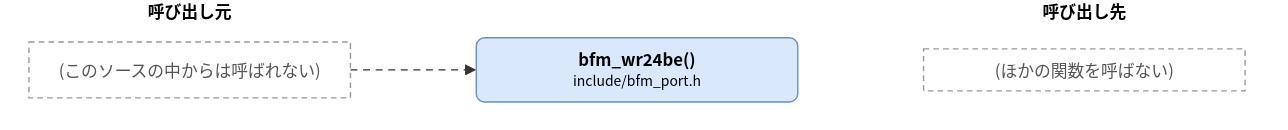
Above: doc/spec/images/call_include_bfm_port-bfm_wr24be.drawio.svg in hf355051012-ai/bfmem (draw.io), before the change. Source tidied: cells renumbered, new cells last; positions are measured from the earlier drawing's top-left corner, leaving out a move shared by most shapes. Its diagram source:
```xml
<mxGraphModel>
  <root>
    <mxCell id="0" />
    <mxCell id="1" parent="0" />
    <mxCell id="2" value="bfm_wr24be()&lt;br&gt;&lt;font style=&quot;font-size:10px&quot;&gt;include/bfm_port.h&lt;/font&gt;" style="rounded=1;whiteSpace=wrap;html=1;fillColor=#dae8fc;strokeColor=#6c8ebf;fontStyle=1;" parent="1" vertex="1">
      <mxGeometry x="320" y="27" width="230" height="46" as="geometry" />
    </mxCell>
    <mxCell id="3" value="(このソースの中からは呼ばれない)" style="rounded=0;whiteSpace=wrap;html=1;dashed=1;strokeColor=#999999;fontColor=#555555;dashed=1;" parent="1" vertex="1">
      <mxGeometry y="30" width="230" height="40" as="geometry" />
    </mxCell>
    <mxCell id="4" value="(ほかの関数を呼ばない)" style="rounded=0;whiteSpace=wrap;html=1;dashed=1;strokeColor=#999999;fontColor=#555555;dashed=1;" parent="1" vertex="1">
      <mxGeometry x="640" y="35" width="230" height="30" as="geometry" />
    </mxCell>
    <mxCell id="5" style="edgeStyle=none;html=1;rounded=0;endArrow=block;endFill=1;exitX=1.0000;exitY=0.5000;exitDx=0;exitDy=0;exitPerimeter=0;entryX=0.0000;entryY=0.5000;entryDx=0;entryDy=0;entryPerimeter=0;dashed=1;" parent="1" edge="1" source="3" target="2">
      <mxGeometry relative="1" as="geometry" />
    </mxCell>
    <mxCell id="6" value="呼び出し元" style="text;html=1;align=center;fontStyle=1;" parent="1" vertex="1">
      <mxGeometry x="35" width="160" height="18" as="geometry" />
    </mxCell>
    <mxCell id="7" value="呼び出し先" style="text;html=1;align=center;fontStyle=1;" parent="1" vertex="1">
      <mxGeometry x="675" width="160" height="18" as="geometry" />
    </mxCell>
  </root>
</mxGraphModel>
```
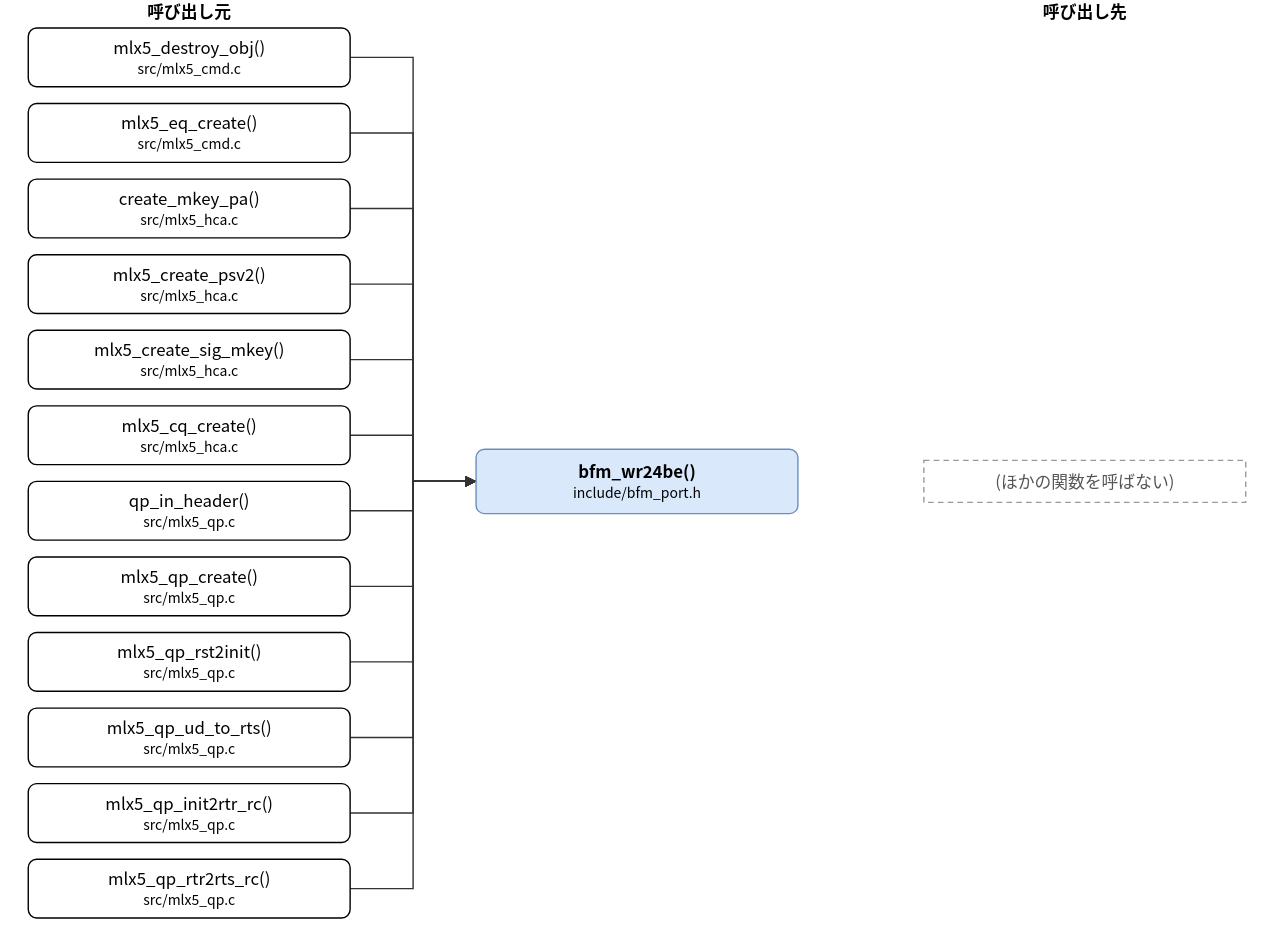
After the commit.

Change to the diagram source:
```diff
@@ -3,17 +3,143 @@
     <mxCell id="0" />
     <mxCell id="1" parent="0" />
     <mxCell id="2" value="bfm_wr24be()&lt;br&gt;&lt;font style=&quot;font-size:10px&quot;&gt;include/bfm_port.h&lt;/font&gt;" style="rounded=1;whiteSpace=wrap;html=1;fillColor=#dae8fc;strokeColor=#6c8ebf;fontStyle=1;" parent="1" vertex="1">
-      <mxGeometry x="320" y="27" width="230" height="46" as="geometry" />
+      <mxGeometry x="320" y="321" width="230" height="46" as="geometry" />
     </mxCell>
-    <mxCell id="3" value="(このソースの中からは呼ばれない)" style="rounded=0;whiteSpace=wrap;html=1;dashed=1;strokeColor=#999999;fontColor=#555555;dashed=1;" parent="1" vertex="1">
-      <mxGeometry y="30" width="230" height="40" as="geometry" />
+    <mxCell id="3" value="mlx5_destroy_obj()&lt;br&gt;&lt;font style=&quot;font-size:10px&quot;&gt;src/mlx5_cmd.c&lt;/font&gt;" style="rounded=1;whiteSpace=wrap;html=1;" parent="1" vertex="1">
+      <mxGeometry y="20" width="230" height="42" as="geometry" />
     </mxCell>
+    <mxCell id="8" value="mlx5_eq_create()&lt;br&gt;&lt;font style=&quot;font-size:10px&quot;&gt;src/mlx5_cmd.c&lt;/font&gt;" style="rounded=1;whiteSpace=wrap;html=1;" parent="1" vertex="1">
+      <mxGeometry y="74" width="230" height="42" as="geometry" />
+    </mxCell>
+    <mxCell id="9" value="create_mkey_pa()&lt;br&gt;&lt;font style=&quot;font-size:10px&quot;&gt;src/mlx5_hca.c&lt;/font&gt;" style="rounded=1;whiteSpace=wrap;html=1;" parent="1" vertex="1">
+      <mxGeometry y="128" width="230" height="42" as="geometry" />
+    </mxCell>
+    <mxCell id="10" value="mlx5_create_psv2()&lt;br&gt;&lt;font style=&quot;font-size:10px&quot;&gt;src/mlx5_hca.c&lt;/font&gt;" style="rounded=1;whiteSpace=wrap;html=1;" parent="1" vertex="1">
+      <mxGeometry y="182" width="230" height="42" as="geometry" />
+    </mxCell>
+    <mxCell id="11" value="mlx5_create_sig_mkey()&lt;br&gt;&lt;font style=&quot;font-size:10px&quot;&gt;src/mlx5_hca.c&lt;/font&gt;" style="rounded=1;whiteSpace=wrap;html=1;" parent="1" vertex="1">
+      <mxGeometry y="236" width="230" height="42" as="geometry" />
+    </mxCell>
+    <mxCell id="12" value="mlx5_cq_create()&lt;br&gt;&lt;font style=&quot;font-size:10px&quot;&gt;src/mlx5_hca.c&lt;/font&gt;" style="rounded=1;whiteSpace=wrap;html=1;" parent="1" vertex="1">
+      <mxGeometry y="290" width="230" height="42" as="geometry" />
+    </mxCell>
+    <mxCell id="13" value="qp_in_header()&lt;br&gt;&lt;font style=&quot;font-size:10px&quot;&gt;src/mlx5_qp.c&lt;/font&gt;" style="rounded=1;whiteSpace=wrap;html=1;" parent="1" vertex="1">
+      <mxGeometry y="344" width="230" height="42" as="geometry" />
+    </mxCell>
+    <mxCell id="14" value="mlx5_qp_create()&lt;br&gt;&lt;font style=&quot;font-size:10px&quot;&gt;src/mlx5_qp.c&lt;/font&gt;" style="rounded=1;whiteSpace=wrap;html=1;" parent="1" vertex="1">
+      <mxGeometry y="398" width="230" height="42" as="geometry" />
+    </mxCell>
+    <mxCell id="15" value="mlx5_qp_rst2init()&lt;br&gt;&lt;font style=&quot;font-size:10px&quot;&gt;src/mlx5_qp.c&lt;/font&gt;" style="rounded=1;whiteSpace=wrap;html=1;" parent="1" vertex="1">
+      <mxGeometry y="452" width="230" height="42" as="geometry" />
+    </mxCell>
+    <mxCell id="16" value="mlx5_qp_ud_to_rts()&lt;br&gt;&lt;font style=&quot;font-size:10px&quot;&gt;src/mlx5_qp.c&lt;/font&gt;" style="rounded=1;whiteSpace=wrap;html=1;" parent="1" vertex="1">
+      <mxGeometry y="506" width="230" height="42" as="geometry" />
+    </mxCell>
+    <mxCell id="17" value="mlx5_qp_init2rtr_rc()&lt;br&gt;&lt;font style=&quot;font-size:10px&quot;&gt;src/mlx5_qp.c&lt;/font&gt;" style="rounded=1;whiteSpace=wrap;html=1;" parent="1" vertex="1">
+      <mxGeometry y="560" width="230" height="42" as="geometry" />
+    </mxCell>
+    <mxCell id="18" value="mlx5_qp_rtr2rts_rc()&lt;br&gt;&lt;font style=&quot;font-size:10px&quot;&gt;src/mlx5_qp.c&lt;/font&gt;" style="rounded=1;whiteSpace=wrap;html=1;" parent="1" vertex="1">
+      <mxGeometry y="614" width="230" height="42" as="geometry" />
+    </mxCell>
     <mxCell id="4" value="(ほかの関数を呼ばない)" style="rounded=0;whiteSpace=wrap;html=1;dashed=1;strokeColor=#999999;fontColor=#555555;dashed=1;" parent="1" vertex="1">
-      <mxGeometry x="640" y="35" width="230" height="30" as="geometry" />
+      <mxGeometry x="640" y="329" width="230" height="30" as="geometry" />
     </mxCell>
-    <mxCell id="5" style="edgeStyle=none;html=1;rounded=0;endArrow=block;endFill=1;exitX=1.0000;exitY=0.5000;exitDx=0;exitDy=0;exitPerimeter=0;entryX=0.0000;entryY=0.5000;entryDx=0;entryDy=0;entryPerimeter=0;dashed=1;" parent="1" edge="1" source="3" target="2">
-      <mxGeometry relative="1" as="geometry" />
+    <mxCell id="5" style="edgeStyle=none;html=1;rounded=0;endArrow=block;endFill=1;exitX=1.0000;exitY=0.5000;exitDx=0;exitDy=0;exitPerimeter=0;entryX=0.0000;entryY=0.5000;entryDx=0;entryDy=0;entryPerimeter=0;" parent="1" edge="1" source="3" target="2">
+      <mxGeometry relative="1" as="geometry">
+        <Array as="points">
+          <mxPoint x="275" y="41" />
+          <mxPoint x="275" y="344" />
+        </Array>
+      </mxGeometry>
     </mxCell>
+    <mxCell id="19" style="edgeStyle=none;html=1;rounded=0;endArrow=block;endFill=1;exitX=1.0000;exitY=0.5000;exitDx=0;exitDy=0;exitPerimeter=0;entryX=0.0000;entryY=0.5000;entryDx=0;entryDy=0;entryPerimeter=0;" parent="1" edge="1" source="8" target="2">
+      <mxGeometry relative="1" as="geometry">
+        <Array as="points">
+          <mxPoint x="275" y="95" />
+          <mxPoint x="275" y="344" />
+        </Array>
+      </mxGeometry>
+    </mxCell>
+    <mxCell id="20" style="edgeStyle=none;html=1;rounded=0;endArrow=block;endFill=1;exitX=1.0000;exitY=0.5000;exitDx=0;exitDy=0;exitPerimeter=0;entryX=0.0000;entryY=0.5000;entryDx=0;entryDy=0;entryPerimeter=0;" parent="1" edge="1" source="9" target="2">
+      <mxGeometry relative="1" as="geometry">
+        <Array as="points">
+          <mxPoint x="275" y="149" />
+          <mxPoint x="275" y="344" />
+        </Array>
+      </mxGeometry>
+    </mxCell>
+    <mxCell id="21" style="edgeStyle=none;html=1;rounded=0;endArrow=block;endFill=1;exitX=1.0000;exitY=0.5000;exitDx=0;exitDy=0;exitPerimeter=0;entryX=0.0000;entryY=0.5000;entryDx=0;entryDy=0;entryPerimeter=0;" parent="1" edge="1" source="10" target="2">
+      <mxGeometry relative="1" as="geometry">
+        <Array as="points">
+          <mxPoint x="275" y="203" />
+          <mxPoint x="275" y="344" />
+        </Array>
+      </mxGeometry>
+    </mxCell>
+    <mxCell id="22" style="edgeStyle=none;html=1;rounded=0;endArrow=block;endFill=1;exitX=1.0000;exitY=0.5000;exitDx=0;exitDy=0;exitPerimeter=0;entryX=0.0000;entryY=0.5000;entryDx=0;entryDy=0;entryPerimeter=0;" parent="1" edge="1" source="11" target="2">
+      <mxGeometry relative="1" as="geometry">
+        <Array as="points">
+          <mxPoint x="275" y="257" />
+          <mxPoint x="275" y="344" />
+        </Array>
+      </mxGeometry>
+    </mxCell>
+    <mxCell id="23" style="edgeStyle=none;html=1;rounded=0;endArrow=block;endFill=1;exitX=1.0000;exitY=0.5000;exitDx=0;exitDy=0;exitPerimeter=0;entryX=0.0000;entryY=0.5000;entryDx=0;entryDy=0;entryPerimeter=0;" parent="1" edge="1" source="12" target="2">
+      <mxGeometry relative="1" as="geometry">
+        <Array as="points">
+          <mxPoint x="275" y="311" />
+          <mxPoint x="275" y="344" />
+        </Array>
+      </mxGeometry>
+    </mxCell>
+    <mxCell id="24" style="edgeStyle=none;html=1;rounded=0;endArrow=block;endFill=1;exitX=1.0000;exitY=0.5000;exitDx=0;exitDy=0;exitPerimeter=0;entryX=0.0000;entryY=0.5000;entryDx=0;entryDy=0;entryPerimeter=0;" parent="1" edge="1" source="13" target="2">
+      <mxGeometry relative="1" as="geometry">
+        <Array as="points">
+          <mxPoint x="275" y="365" />
+          <mxPoint x="275" y="344" />
+        </Array>
+      </mxGeometry>
+    </mxCell>
+    <mxCell id="25" style="edgeStyle=none;html=1;rounded=0;endArrow=block;endFill=1;exitX=1.0000;exitY=0.5000;exitDx=0;exitDy=0;exitPerimeter=0;entryX=0.0000;entryY=0.5000;entryDx=0;entryDy=0;entryPerimeter=0;" parent="1" edge="1" source="14" target="2">
+      <mxGeometry relative="1" as="geometry">
+        <Array as="points">
+          <mxPoint x="275" y="419" />
+          <mxPoint x="275" y="344" />
+        </Array>
+      </mxGeometry>
+    </mxCell>
+    <mxCell id="26" style="edgeStyle=none;html=1;rounded=0;endArrow=block;endFill=1;exitX=1.0000;exitY=0.5000;exitDx=0;exitDy=0;exitPerimeter=0;entryX=0.0000;entryY=0.5000;entryDx=0;entryDy=0;entryPerimeter=0;" parent="1" edge="1" source="15" target="2">
+      <mxGeometry relative="1" as="geometry">
+        <Array as="points">
+          <mxPoint x="275" y="473" />
+          <mxPoint x="275" y="344" />
+        </Array>
+      </mxGeometry>
+    </mxCell>
+    <mxCell id="27" style="edgeStyle=none;html=1;rounded=0;endArrow=block;endFill=1;exitX=1.0000;exitY=0.5000;exitDx=0;exitDy=0;exitPerimeter=0;entryX=0.0000;entryY=0.5000;entryDx=0;entryDy=0;entryPerimeter=0;" parent="1" edge="1" source="16" target="2">
+      <mxGeometry relative="1" as="geometry">
+        <Array as="points">
+          <mxPoint x="275" y="527" />
+          <mxPoint x="275" y="344" />
+        </Array>
+      </mxGeometry>
+    </mxCell>
+    <mxCell id="28" style="edgeStyle=none;html=1;rounded=0;endArrow=block;endFill=1;exitX=1.0000;exitY=0.5000;exitDx=0;exitDy=0;exitPerimeter=0;entryX=0.0000;entryY=0.5000;entryDx=0;entryDy=0;entryPerimeter=0;" parent="1" edge="1" source="17" target="2">
+      <mxGeometry relative="1" as="geometry">
+        <Array as="points">
+          <mxPoint x="275" y="581" />
+          <mxPoint x="275" y="344" />
+        </Array>
+      </mxGeometry>
+    </mxCell>
+    <mxCell id="29" style="edgeStyle=none;html=1;rounded=0;endArrow=block;endFill=1;exitX=1.0000;exitY=0.5000;exitDx=0;exitDy=0;exitPerimeter=0;entryX=0.0000;entryY=0.5000;entryDx=0;entryDy=0;entryPerimeter=0;" parent="1" edge="1" source="18" target="2">
+      <mxGeometry relative="1" as="geometry">
+        <Array as="points">
+          <mxPoint x="275" y="635" />
+          <mxPoint x="275" y="344" />
+        </Array>
+      </mxGeometry>
+    </mxCell>
     <mxCell id="6" value="呼び出し元" style="text;html=1;align=center;fontStyle=1;" parent="1" vertex="1">
       <mxGeometry x="35" width="160" height="18" as="geometry" />
     </mxCell>
```
